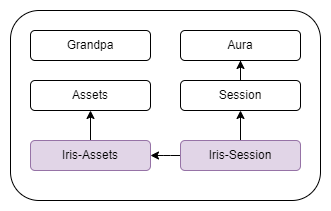
Earlier version of the draw.io export resources/runtime_modules.png (ideal-lab5/ideal-lab5.github.io). Source tidied: cells renumbered, new cells last; positions are measured from the earlier drawing's top-left corner, leaving out a move shared by most shapes.
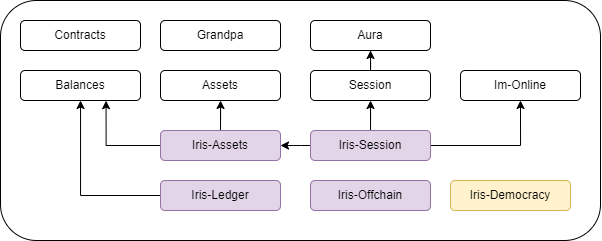
The same file after the commit.

What changed in the source:
```diff
@@ -3,7 +3,7 @@
     <mxCell id="0" />
     <mxCell id="1" parent="0" />
     <mxCell id="2" style="rounded=1;whiteSpace=wrap;html=1;" parent="1" vertex="1">
-      <mxGeometry width="310" height="190" as="geometry" />
+      <mxGeometry x="-140" width="600" height="240" as="geometry" />
     </mxCell>
     <mxCell id="3" value="Grandpa" style="rounded=1;whiteSpace=wrap;html=1;" parent="1" vertex="1">
       <mxGeometry x="20" y="20" width="120" height="30" as="geometry" />
@@ -17,12 +17,22 @@
     <mxCell id="6" style="edgeStyle=orthogonalEdgeStyle;rounded=0;jettySize=auto;html=1;" parent="1" edge="1" source="7" target="11">
       <mxGeometry relative="1" as="geometry" />
     </mxCell>
+    <mxCell id="13" style="edgeStyle=orthogonalEdgeStyle;rounded=0;jettySize=auto;html=1;entryX=0.5;entryY=1;entryDx=0;entryDy=0;" parent="1" edge="1" source="7" target="15">
+      <mxGeometry relative="1" as="geometry">
+        <Array as="points">
+          <mxPoint x="380" y="145" />
+        </Array>
+      </mxGeometry>
+    </mxCell>
     <mxCell id="7" value="Iris-Session" style="rounded=1;whiteSpace=wrap;html=1;fillColor=#e1d5e7;strokeColor=#9673a6;" parent="1" vertex="1">
       <mxGeometry x="170" y="130" width="120" height="30" as="geometry" />
     </mxCell>
     <mxCell id="8" style="edgeStyle=orthogonalEdgeStyle;rounded=0;jettySize=auto;html=1;" parent="1" edge="1" source="9" target="12">
       <mxGeometry relative="1" as="geometry" />
     </mxCell>
+    <mxCell id="14" style="edgeStyle=orthogonalEdgeStyle;rounded=0;jettySize=auto;html=1;entryX=0.713;entryY=1.006;entryDx=0;entryDy=0;entryPerimeter=0;" parent="1" edge="1" source="9" target="19">
+      <mxGeometry relative="1" as="geometry" />
+    </mxCell>
     <mxCell id="9" value="Iris-Assets" style="rounded=1;whiteSpace=wrap;html=1;fillColor=#e1d5e7;strokeColor=#9673a6;" parent="1" vertex="1">
       <mxGeometry x="20" y="130" width="120" height="30" as="geometry" />
     </mxCell>
@@ -35,5 +45,26 @@
     <mxCell id="12" value="Assets" style="rounded=1;whiteSpace=wrap;html=1;" parent="1" vertex="1">
       <mxGeometry x="20" y="70" width="120" height="30" as="geometry" />
     </mxCell>
+    <mxCell id="15" value="Im-Online" style="rounded=1;whiteSpace=wrap;html=1;" parent="1" vertex="1">
+      <mxGeometry x="320" y="70" width="120" height="30" as="geometry" />
+    </mxCell>
+    <mxCell id="16" style="edgeStyle=orthogonalEdgeStyle;rounded=0;jettySize=auto;html=1;" parent="1" edge="1" source="17" target="19">
+      <mxGeometry relative="1" as="geometry" />
+    </mxCell>
+    <mxCell id="17" value="Iris-Ledger" style="rounded=1;whiteSpace=wrap;html=1;fillColor=#e1d5e7;strokeColor=#9673a6;" parent="1" vertex="1">
+      <mxGeometry x="20" y="180" width="120" height="30" as="geometry" />
+    </mxCell>
+    <mxCell id="18" value="Iris-Offchain" style="rounded=1;whiteSpace=wrap;html=1;fillColor=#e1d5e7;strokeColor=#9673a6;" parent="1" vertex="1">
+      <mxGeometry x="170" y="180" width="120" height="30" as="geometry" />
+    </mxCell>
+    <mxCell id="19" value="Balances" style="rounded=1;whiteSpace=wrap;html=1;" parent="1" vertex="1">
+      <mxGeometry x="-120" y="70" width="120" height="30" as="geometry" />
+    </mxCell>
+    <mxCell id="20" value="Iris-Democracy" style="rounded=1;whiteSpace=wrap;html=1;fillColor=#fff2cc;strokeColor=#d6b656;" parent="1" vertex="1">
+      <mxGeometry x="310" y="180" width="120" height="30" as="geometry" />
+    </mxCell>
+    <mxCell id="21" value="Contracts" style="rounded=1;whiteSpace=wrap;html=1;" parent="1" vertex="1">
+      <mxGeometry x="-120" y="20" width="120" height="30" as="geometry" />
+    </mxCell>
   </root>
 </mxGraphModel>
```
